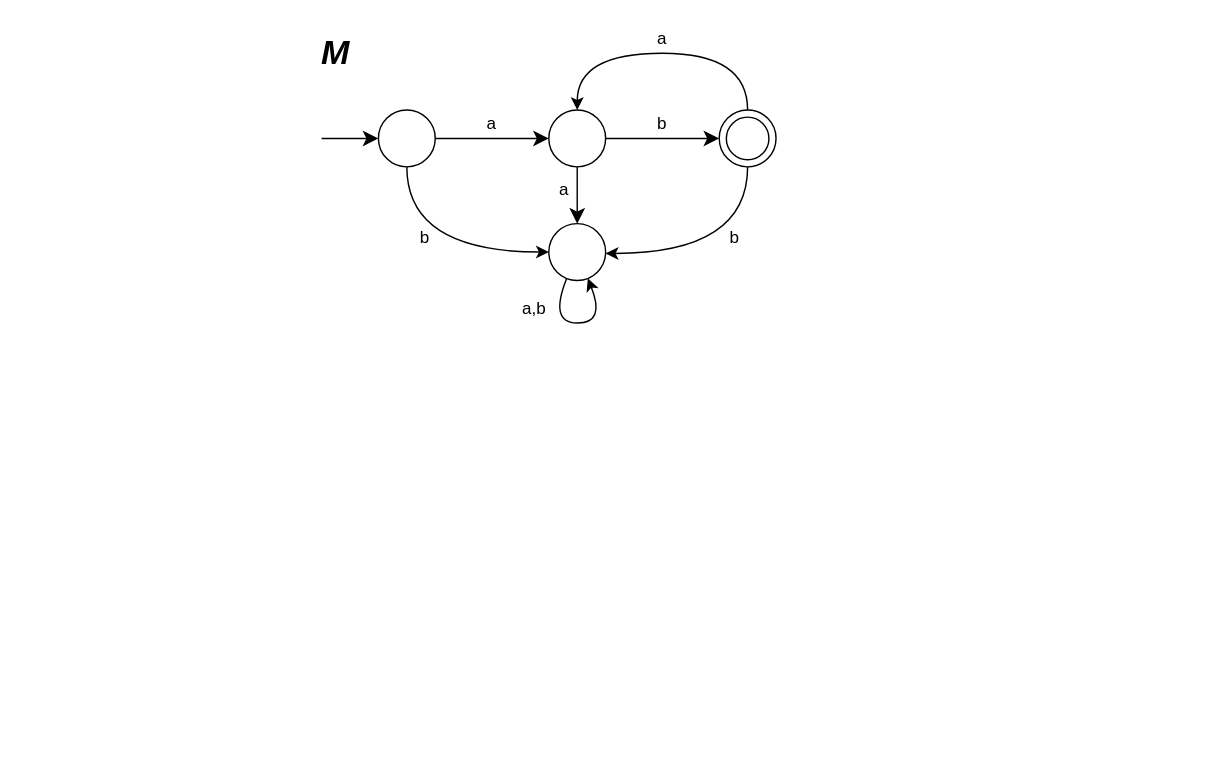
Before: page "P1.66" (6 of 6) of Introduction.to.the.Theory.of.Computation.3e/Figures/Firgures.drawio in mehshan/tcs, a draw.io diagram. Source tidied: cells renumbered, new cells numbered last; positions are measured from the earlier drawing's top-left corner, leaving out a move shared by most shapes. Both pictures are drawn from the tidied source at 142%, with x=0, y=0 at pixel (321, 24).
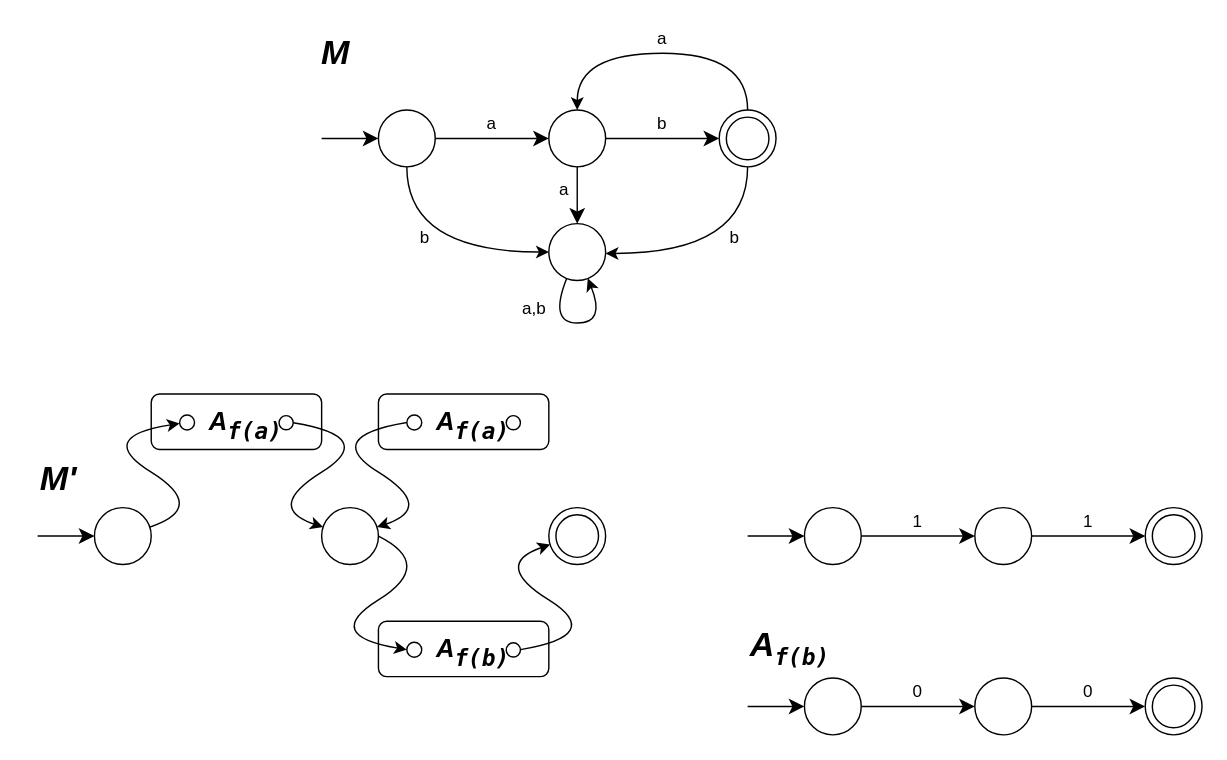
After the change.

What changed in the source:
```diff
@@
+    <mxCell id="24" style="ellipse;whiteSpace=wrap;html=1;" parent="1" vertex="1">
+      <mxGeometry y="340" width="40" height="40" as="geometry" />
+    </mxCell>
+    <mxCell id="25" style="group;" parent="1" vertex="1">
+      <mxGeometry x="160" y="340" width="40" height="40" as="geometry" />
+    </mxCell>
+    <mxCell id="26" style="ellipse;whiteSpace=wrap;html=1;" parent="25" vertex="1">
+      <mxGeometry width="40" height="40" as="geometry" />
+    </mxCell>
+    <mxCell id="27" style="ellipse;whiteSpace=wrap;html=1;" parent="25" vertex="1">
+      <mxGeometry x="5" y="5" width="30" height="30" as="geometry" />
+    </mxCell>
+    <mxCell id="28" style="endArrow=classic;html=1;rounded=0;strokeWidth=1;endSize=8;" parent="1" edge="1" target="29">
+      <mxGeometry relative="1" as="geometry">
+        <mxPoint x="-200" y="360" as="sourcePoint" />
+      </mxGeometry>
+    </mxCell>
+    <mxCell id="29" style="ellipse;whiteSpace=wrap;html=1;" parent="1" vertex="1">
+      <mxGeometry x="-160" y="340" width="40" height="40" as="geometry" />
+    </mxCell>
+    <mxCell id="30" value="M'" style="text;align=left;verticalAlign=middle;whiteSpace=wrap;rounded=0;fontSize=24;textShadow=0;html=1;fontStyle=3;" parent="1" vertex="1">
+      <mxGeometry x="-200" y="310" width="50" height="20" as="geometry" />
+    </mxCell>
+    <mxCell id="31" style="ellipse;whiteSpace=wrap;html=1;" parent="1" vertex="1">
+      <mxGeometry x="460" y="340" width="40" height="40" as="geometry" />
+    </mxCell>
+    <mxCell id="32" style="group;" parent="1" vertex="1">
+      <mxGeometry x="580" y="340" width="40" height="40" as="geometry" />
+    </mxCell>
+    <mxCell id="33" style="ellipse;whiteSpace=wrap;html=1;" parent="32" vertex="1">
+      <mxGeometry width="40" height="40" as="geometry" />
+    </mxCell>
+    <mxCell id="34" style="ellipse;whiteSpace=wrap;html=1;" parent="32" vertex="1">
+      <mxGeometry x="5" y="5" width="30" height="30" as="geometry" />
+    </mxCell>
+    <mxCell id="35" style="endArrow=classic;html=1;rounded=0;strokeWidth=1;endSize=8;" parent="1" edge="1" source="31" target="33">
+      <mxGeometry relative="1" as="geometry" />
+    </mxCell>
+    <mxCell id="36" value="1" style="text;html=1;align=center;verticalAlign=middle;whiteSpace=wrap;rounded=0;" parent="1" vertex="1">
+      <mxGeometry x="530" y="340" width="20" height="20" as="geometry" />
+    </mxCell>
+    <mxCell id="37" style="endArrow=classic;html=1;rounded=0;strokeWidth=1;endSize=8;" parent="1" edge="1" target="40">
+      <mxGeometry relative="1" as="geometry">
+        <mxPoint x="300" y="360" as="sourcePoint" />
+      </mxGeometry>
+    </mxCell>
+    <mxCell id="38" style="endArrow=classic;html=1;rounded=0;strokeWidth=1;endSize=8;" parent="1" edge="1" source="40" target="31">
+      <mxGeometry relative="1" as="geometry" />
+    </mxCell>
+    <mxCell id="39" value="1" style="text;html=1;align=center;verticalAlign=middle;whiteSpace=wrap;rounded=0;" parent="1" vertex="1">
+      <mxGeometry x="410" y="340" width="20" height="20" as="geometry" />
+    </mxCell>
+    <mxCell id="40" style="ellipse;whiteSpace=wrap;html=1;" parent="1" vertex="1">
+      <mxGeometry x="340" y="340" width="40" height="40" as="geometry" />
+    </mxCell>
+    <mxCell id="41" style="ellipse;whiteSpace=wrap;html=1;" parent="1" vertex="1">
+      <mxGeometry x="460" y="460" width="40" height="40" as="geometry" />
+    </mxCell>
+    <mxCell id="42" style="group;" parent="1" vertex="1">
+      <mxGeometry x="580" y="460" width="40" height="40" as="geometry" />
+    </mxCell>
+    <mxCell id="43" style="ellipse;whiteSpace=wrap;html=1;" parent="42" vertex="1">
+      <mxGeometry width="40" height="40" as="geometry" />
+    </mxCell>
+    <mxCell id="44" style="ellipse;whiteSpace=wrap;html=1;" parent="42" vertex="1">
+      <mxGeometry x="5" y="5" width="30" height="30" as="geometry" />
+    </mxCell>
+    <mxCell id="45" style="endArrow=classic;html=1;rounded=0;strokeWidth=1;endSize=8;" parent="1" edge="1" source="41" target="43">
+      <mxGeometry relative="1" as="geometry" />
+    </mxCell>
+    <mxCell id="46" value="0" style="text;html=1;align=center;verticalAlign=middle;whiteSpace=wrap;rounded=0;" parent="1" vertex="1">
+      <mxGeometry x="530" y="460" width="20" height="20" as="geometry" />
+    </mxCell>
+    <mxCell id="47" style="endArrow=classic;html=1;rounded=0;strokeWidth=1;endSize=8;" parent="1" edge="1" target="50">
+      <mxGeometry relative="1" as="geometry">
+        <mxPoint x="300" y="480" as="sourcePoint" />
+      </mxGeometry>
+    </mxCell>
+    <mxCell id="48" style="endArrow=classic;html=1;rounded=0;strokeWidth=1;endSize=8;" parent="1" edge="1" source="50" target="41">
+      <mxGeometry relative="1" as="geometry" />
+    </mxCell>
+    <mxCell id="49" value="0" style="text;html=1;align=center;verticalAlign=middle;whiteSpace=wrap;rounded=0;" parent="1" vertex="1">
+      <mxGeometry x="410" y="460" width="20" height="20" as="geometry" />
+    </mxCell>
+    <mxCell id="50" style="ellipse;whiteSpace=wrap;html=1;" parent="1" vertex="1">
+      <mxGeometry x="340" y="460" width="40" height="40" as="geometry" />
+    </mxCell>
+    <mxCell id="51" value="A&lt;sub&gt;&lt;font face=&quot;Lucida Console&quot; style=&quot;font-size: 16px;&quot;&gt;f(b)&lt;/font&gt;&lt;/sub&gt;" style="text;align=left;verticalAlign=middle;whiteSpace=wrap;rounded=0;fontSize=24;textShadow=0;html=1;fontStyle=3;" parent="1" vertex="1">
+      <mxGeometry x="300" y="429" width="50" height="20" as="geometry" />
+    </mxCell>
+    <mxCell id="52" style="group;" parent="1" vertex="1">
+      <mxGeometry x="-120" y="260" width="120" height="39" as="geometry" />
+    </mxCell>
+    <mxCell id="53" style="rounded=1;whiteSpace=wrap;html=1;" parent="52" vertex="1">
+      <mxGeometry width="120" height="39" as="geometry" />
+    </mxCell>
+    <mxCell id="54" value="&lt;font style=&quot;font-size: 18px;&quot;&gt;A&lt;/font&gt;&lt;sub&gt;&lt;font face=&quot;Lucida Console&quot; style=&quot;font-size: 16px;&quot;&gt;f(a)&lt;/font&gt;&lt;/sub&gt;" style="text;align=left;verticalAlign=middle;whiteSpace=wrap;rounded=0;fontSize=24;textShadow=0;html=1;fontStyle=3;" parent="52" vertex="1">
+      <mxGeometry x="38.8" y="10.2" width="42.5" height="20" as="geometry" />
+    </mxCell>
+    <mxCell id="55" style="ellipse;whiteSpace=wrap;html=1;" parent="52" vertex="1">
+      <mxGeometry x="20" y="14.8" width="10.5" height="10.5" as="geometry" />
+    </mxCell>
+    <mxCell id="56" style="ellipse;whiteSpace=wrap;html=1;" parent="52" vertex="1">
+      <mxGeometry x="90" y="15.2" width="10" height="10" as="geometry" />
+    </mxCell>
+    <mxCell id="57" style="curved=1;endArrow=classic;html=1;rounded=0;" parent="1" edge="1" source="29" target="55">
+      <mxGeometry relative="1" as="geometry">
+        <Array as="points">
+          <mxPoint x="-80" y="340" />
+          <mxPoint x="-160" y="290" />
+        </Array>
+      </mxGeometry>
+    </mxCell>
+    <mxCell id="58" style="group;" parent="1" vertex="1">
+      <mxGeometry x="40" y="260" width="120" height="39" as="geometry" />
+    </mxCell>
+    <mxCell id="59" style="rounded=1;whiteSpace=wrap;html=1;" parent="58" vertex="1">
+      <mxGeometry width="120" height="39" as="geometry" />
+    </mxCell>
+    <mxCell id="60" value="&lt;font style=&quot;font-size: 18px;&quot;&gt;A&lt;/font&gt;&lt;sub&gt;&lt;font face=&quot;Lucida Console&quot; style=&quot;font-size: 16px;&quot;&gt;f(a)&lt;/font&gt;&lt;/sub&gt;" style="text;align=left;verticalAlign=middle;whiteSpace=wrap;rounded=0;fontSize=24;textShadow=0;html=1;fontStyle=3;" parent="58" vertex="1">
+      <mxGeometry x="38.8" y="10.2" width="42.5" height="20" as="geometry" />
+    </mxCell>
+    <mxCell id="61" style="ellipse;whiteSpace=wrap;html=1;" parent="58" vertex="1">
+      <mxGeometry x="20" y="14.8" width="10.5" height="10.5" as="geometry" />
+    </mxCell>
+    <mxCell id="62" style="ellipse;whiteSpace=wrap;html=1;" parent="58" vertex="1">
+      <mxGeometry x="90" y="15.2" width="10" height="10" as="geometry" />
+    </mxCell>
+    <mxCell id="63" style="curved=1;endArrow=classic;html=1;rounded=0;exitX=1;exitY=0.5;exitDx=0;exitDy=0;" parent="1" edge="1" source="56" target="24">
+      <mxGeometry relative="1" as="geometry">
+        <Array as="points">
+          <mxPoint x="40" y="290" />
+          <mxPoint x="-40" y="340" />
+        </Array>
+      </mxGeometry>
+    </mxCell>
+    <mxCell id="64" style="group;" parent="1" vertex="1">
+      <mxGeometry x="40" y="420" width="120" height="39" as="geometry" />
+    </mxCell>
+    <mxCell id="65" style="rounded=1;whiteSpace=wrap;html=1;" parent="64" vertex="1">
+      <mxGeometry width="120" height="39" as="geometry" />
+    </mxCell>
+    <mxCell id="66" value="&lt;font style=&quot;font-size: 18px;&quot;&gt;A&lt;/font&gt;&lt;sub&gt;&lt;font face=&quot;Lucida Console&quot; style=&quot;font-size: 16px;&quot;&gt;f(b)&lt;/font&gt;&lt;/sub&gt;" style="text;align=left;verticalAlign=middle;whiteSpace=wrap;rounded=0;fontSize=24;textShadow=0;html=1;fontStyle=3;" parent="64" vertex="1">
+      <mxGeometry x="38.8" y="10.2" width="42.5" height="20" as="geometry" />
+    </mxCell>
+    <mxCell id="67" style="ellipse;whiteSpace=wrap;html=1;" parent="64" vertex="1">
+      <mxGeometry x="20" y="14.8" width="10.5" height="10.5" as="geometry" />
+    </mxCell>
+    <mxCell id="68" style="ellipse;whiteSpace=wrap;html=1;" parent="64" vertex="1">
+      <mxGeometry x="90" y="15.2" width="10" height="10" as="geometry" />
+    </mxCell>
+    <mxCell id="69" style="curved=1;endArrow=classic;html=1;rounded=0;" parent="1" edge="1">
+      <mxGeometry relative="1" as="geometry">
+        <mxPoint x="40" y="360" as="sourcePoint" />
+        <mxPoint x="60" y="440" as="targetPoint" />
+        <Array as="points">
+          <mxPoint x="80" y="380" />
+          <mxPoint y="430" />
+        </Array>
+      </mxGeometry>
+    </mxCell>
+    <mxCell id="70" style="curved=1;endArrow=classic;html=1;rounded=0;" parent="1" edge="1" target="24">
+      <mxGeometry relative="1" as="geometry">
+        <mxPoint x="60" y="280" as="sourcePoint" />
+        <Array as="points">
+          <mxPoint y="290" />
+          <mxPoint x="80" y="340" />
+        </Array>
+      </mxGeometry>
+    </mxCell>
+    <mxCell id="71" style="curved=1;endArrow=classic;html=1;rounded=0;exitX=1;exitY=0.5;exitDx=0;exitDy=0;" parent="1" edge="1">
+      <mxGeometry relative="1" as="geometry">
+        <mxPoint x="140" y="440" as="sourcePoint" />
+        <mxPoint x="161" y="366" as="targetPoint" />
+        <Array as="points">
+          <mxPoint x="200" y="430" />
+          <mxPoint x="120" y="380" />
+        </Array>
+      </mxGeometry>
+    </mxCell>
```
